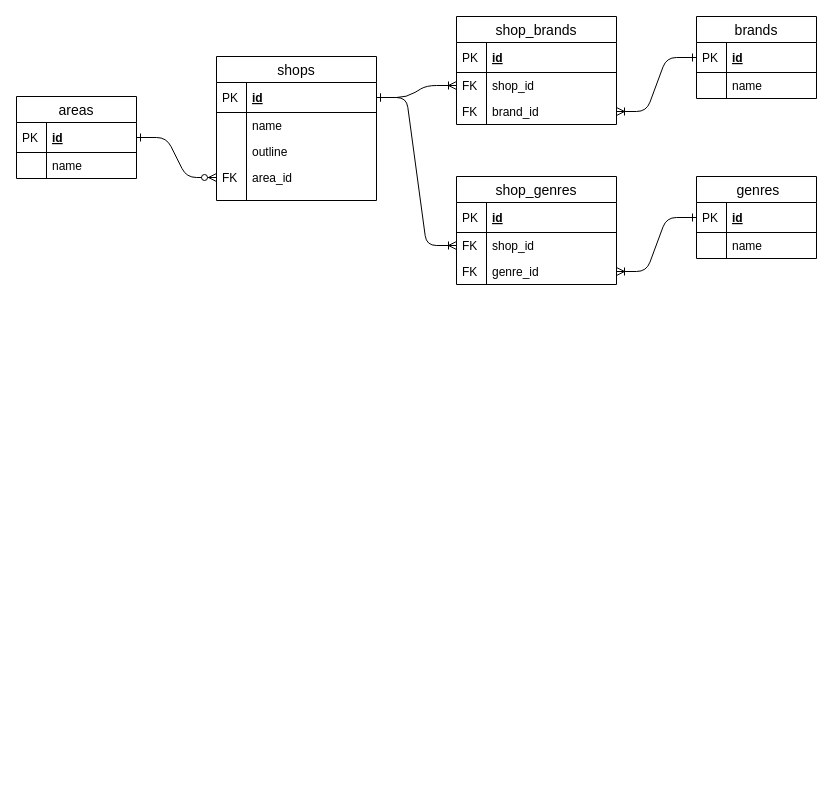
Earlier version of the draw.io diagram full-colle-ER.dio (masato-teshita/full-gi-collection). Source tidied: cells renumbered, new cells numbered last; positions are measured from the earlier drawing's top-left corner, leaving out a move shared by most shapes. Both pictures are drawn from the tidied source at 100%, with x=0, y=0 at pixel (16, 16).
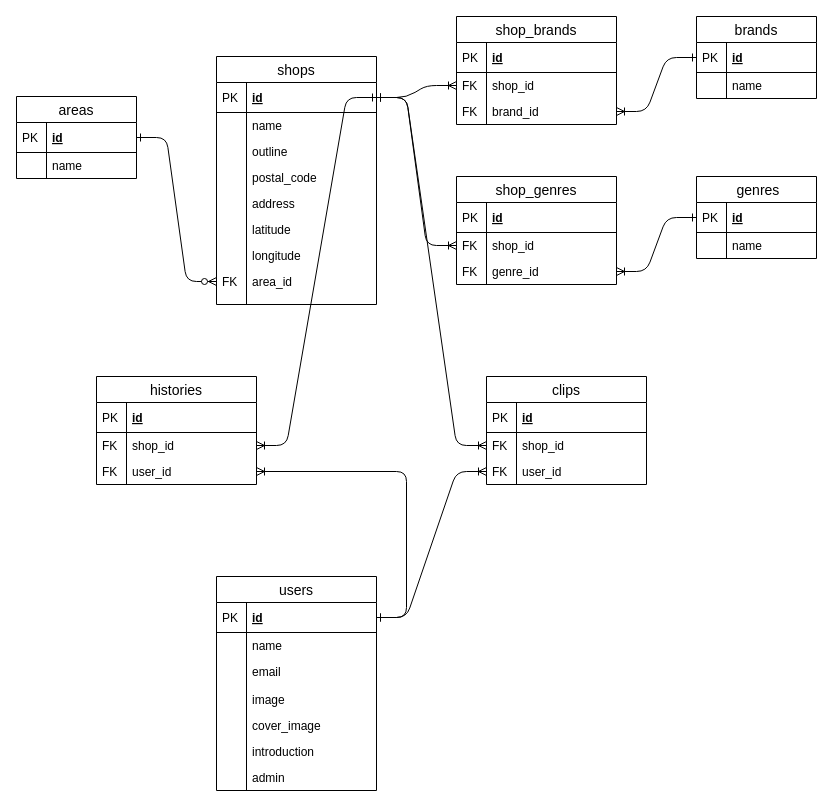
The same diagram, later.

Commit message:
feat: ER図を全テーブル記載

The change refers to these unchanged cells:
```xml
<mxCell id="13" value="id" style="shape=partialRectangle;top=0;left=0;right=0;bottom=1;align=left;verticalAlign=middle;fillColor=none;spacingLeft=34;spacingRight=4;overflow=hidden;points=[[0,0.5],[1,0.5]];portConstraint=eastwest;fontStyle=5;fontSize=12;" parent="12" vertex="1">
  <mxGeometry y="26" width="160" height="30" as="geometry" />
</mxCell>
```

Diff of the diagram source:
```diff
@@
     <mxCell id="12" value="shops" style="swimlane;fontStyle=0;horizontal=1;startSize=26;align=center;fontSize=14;" parent="1" vertex="1">
-      <mxGeometry x="200" y="40" width="160" height="144" as="geometry" />
+      <mxGeometry x="200" y="40" width="160" height="248" as="geometry" />
     </mxCell>
@@
+    <mxCell id="47" value="postal_code" style="shape=partialRectangle;top=0;left=0;right=0;bottom=0;align=left;verticalAlign=top;fillColor=none;spacingLeft=34;spacingRight=4;overflow=hidden;fontSize=12;" parent="12" vertex="1">
+      <mxGeometry y="108" width="160" height="26" as="geometry" />
+    </mxCell>
+    <mxCell id="48" style="shape=partialRectangle;top=0;left=0;bottom=0;fillColor=none;align=left;verticalAlign=top;spacingLeft=4;spacingRight=4;overflow=hidden;fontSize=12;" parent="47" vertex="1">
+      <mxGeometry width="30" height="26" as="geometry" />
+    </mxCell>
+    <mxCell id="49" value="address" style="shape=partialRectangle;top=0;left=0;right=0;bottom=0;align=left;verticalAlign=top;fillColor=none;spacingLeft=34;spacingRight=4;overflow=hidden;fontSize=12;" parent="12" vertex="1">
+      <mxGeometry y="134" width="160" height="26" as="geometry" />
+    </mxCell>
+    <mxCell id="50" style="shape=partialRectangle;top=0;left=0;bottom=0;fillColor=none;align=left;verticalAlign=top;spacingLeft=4;spacingRight=4;overflow=hidden;fontSize=12;" parent="49" vertex="1">
+      <mxGeometry width="30" height="26" as="geometry" />
+    </mxCell>
+    <mxCell id="51" value="latitude" style="shape=partialRectangle;top=0;left=0;right=0;bottom=0;align=left;verticalAlign=top;fillColor=none;spacingLeft=34;spacingRight=4;overflow=hidden;fontSize=12;" parent="12" vertex="1">
+      <mxGeometry y="160" width="160" height="26" as="geometry" />
+    </mxCell>
+    <mxCell id="52" style="shape=partialRectangle;top=0;left=0;bottom=0;fillColor=none;align=left;verticalAlign=top;spacingLeft=4;spacingRight=4;overflow=hidden;fontSize=12;" parent="51" vertex="1">
+      <mxGeometry width="30" height="26" as="geometry" />
+    </mxCell>
+    <mxCell id="53" value="longitude" style="shape=partialRectangle;top=0;left=0;right=0;bottom=0;align=left;verticalAlign=top;fillColor=none;spacingLeft=34;spacingRight=4;overflow=hidden;fontSize=12;" parent="12" vertex="1">
+      <mxGeometry y="186" width="160" height="26" as="geometry" />
+    </mxCell>
+    <mxCell id="54" style="shape=partialRectangle;top=0;left=0;bottom=0;fillColor=none;align=left;verticalAlign=top;spacingLeft=4;spacingRight=4;overflow=hidden;fontSize=12;" parent="53" vertex="1">
+      <mxGeometry width="30" height="26" as="geometry" />
+    </mxCell>
     <mxCell id="19" value="area_id" style="shape=partialRectangle;top=0;left=0;right=0;bottom=0;align=left;verticalAlign=top;fillColor=none;spacingLeft=34;spacingRight=4;overflow=hidden;points=[[0,0.5],[1,0.5]];portConstraint=eastwest;fontSize=12;" parent="12" vertex="1">
-      <mxGeometry y="108" width="160" height="26" as="geometry" />
+      <mxGeometry y="212" width="160" height="26" as="geometry" />
     </mxCell>
@@
     <mxCell id="21" style="shape=partialRectangle;top=0;left=0;right=0;bottom=0;align=left;verticalAlign=top;fillColor=none;spacingLeft=34;spacingRight=4;overflow=hidden;fontSize=12;" parent="12" vertex="1">
-      <mxGeometry y="134" width="160" height="10" as="geometry" />
+      <mxGeometry y="238" width="160" height="10" as="geometry" />
     </mxCell>
@@
+    <mxCell id="55" value="users" style="swimlane;fontStyle=0;horizontal=1;startSize=26;align=center;fontSize=14;" parent="1" vertex="1">
+      <mxGeometry x="200" y="560" width="160" height="214" as="geometry" />
+    </mxCell>
+    <mxCell id="56" value="id" style="shape=partialRectangle;top=0;left=0;right=0;bottom=1;align=left;verticalAlign=middle;fillColor=none;spacingLeft=34;spacingRight=4;overflow=hidden;points=[[0,0.5],[1,0.5]];portConstraint=eastwest;fontStyle=5;fontSize=12;" parent="55" vertex="1">
+      <mxGeometry y="26" width="160" height="30" as="geometry" />
+    </mxCell>
+    <mxCell id="57" value="PK" style="shape=partialRectangle;top=0;left=0;bottom=0;fillColor=none;align=left;verticalAlign=middle;spacingLeft=4;spacingRight=4;overflow=hidden;fontSize=12;" parent="56" vertex="1">
+      <mxGeometry width="30" height="30" as="geometry" />
+    </mxCell>
+    <mxCell id="58" value="name" style="shape=partialRectangle;top=0;left=0;right=0;bottom=0;align=left;verticalAlign=top;fillColor=none;spacingLeft=34;spacingRight=4;overflow=hidden;fontSize=12;" parent="55" vertex="1">
+      <mxGeometry y="56" width="160" height="26" as="geometry" />
+    </mxCell>
+    <mxCell id="59" style="shape=partialRectangle;top=0;left=0;bottom=0;fillColor=none;align=left;verticalAlign=top;spacingLeft=4;spacingRight=4;overflow=hidden;fontSize=12;" parent="58" vertex="1">
+      <mxGeometry width="30" height="26" as="geometry" />
+    </mxCell>
+    <mxCell id="60" value="email" style="shape=partialRectangle;top=0;left=0;right=0;bottom=0;align=left;verticalAlign=top;fillColor=none;spacingLeft=34;spacingRight=4;overflow=hidden;fontSize=12;" parent="55" vertex="1">
+      <mxGeometry y="82" width="160" height="28" as="geometry" />
+    </mxCell>
+    <mxCell id="61" style="shape=partialRectangle;top=0;left=0;bottom=0;fillColor=none;align=left;verticalAlign=top;spacingLeft=4;spacingRight=4;overflow=hidden;fontSize=12;" parent="60" vertex="1">
+      <mxGeometry width="30" height="28" as="geometry" />
+    </mxCell>
+    <mxCell id="62" value="image" style="shape=partialRectangle;top=0;left=0;right=0;bottom=0;align=left;verticalAlign=top;fillColor=none;spacingLeft=34;spacingRight=4;overflow=hidden;fontSize=12;" parent="55" vertex="1">
+      <mxGeometry y="110" width="160" height="26" as="geometry" />
+    </mxCell>
+    <mxCell id="63" style="shape=partialRectangle;top=0;left=0;bottom=0;fillColor=none;align=left;verticalAlign=top;spacingLeft=4;spacingRight=4;overflow=hidden;fontSize=12;" parent="62" vertex="1">
+      <mxGeometry width="30" height="26" as="geometry" />
+    </mxCell>
+    <mxCell id="64" value="cover_image" style="shape=partialRectangle;top=0;left=0;right=0;bottom=0;align=left;verticalAlign=top;fillColor=none;spacingLeft=34;spacingRight=4;overflow=hidden;fontSize=12;" parent="55" vertex="1">
+      <mxGeometry y="136" width="160" height="26" as="geometry" />
+    </mxCell>
+    <mxCell id="65" style="shape=partialRectangle;top=0;left=0;bottom=0;fillColor=none;align=left;verticalAlign=top;spacingLeft=4;spacingRight=4;overflow=hidden;fontSize=12;" parent="64" vertex="1">
+      <mxGeometry width="30" height="26" as="geometry" />
+    </mxCell>
+    <mxCell id="66" value="introduction" style="shape=partialRectangle;top=0;left=0;right=0;bottom=0;align=left;verticalAlign=top;fillColor=none;spacingLeft=34;spacingRight=4;overflow=hidden;fontSize=12;" parent="55" vertex="1">
+      <mxGeometry y="162" width="160" height="26" as="geometry" />
+    </mxCell>
+    <mxCell id="67" style="shape=partialRectangle;top=0;left=0;bottom=0;fillColor=none;align=left;verticalAlign=top;spacingLeft=4;spacingRight=4;overflow=hidden;fontSize=12;" parent="66" vertex="1">
+      <mxGeometry width="30" height="26" as="geometry" />
+    </mxCell>
+    <mxCell id="68" value="admin" style="shape=partialRectangle;top=0;left=0;right=0;bottom=0;align=left;verticalAlign=top;fillColor=none;spacingLeft=34;spacingRight=4;overflow=hidden;fontSize=12;" parent="55" vertex="1">
+      <mxGeometry y="188" width="160" height="26" as="geometry" />
+    </mxCell>
+    <mxCell id="69" style="shape=partialRectangle;top=0;left=0;bottom=0;fillColor=none;align=left;verticalAlign=top;spacingLeft=4;spacingRight=4;overflow=hidden;fontSize=12;" parent="68" vertex="1">
+      <mxGeometry width="30" height="26" as="geometry" />
+    </mxCell>
+    <mxCell id="70" value="histories" style="swimlane;fontStyle=0;horizontal=1;startSize=26;align=center;fontSize=14;" parent="1" vertex="1">
+      <mxGeometry x="80" y="360" width="160" height="108" as="geometry" />
+    </mxCell>
+    <mxCell id="71" value="id" style="shape=partialRectangle;top=0;left=0;right=0;bottom=1;align=left;verticalAlign=middle;fillColor=none;spacingLeft=34;spacingRight=4;overflow=hidden;fontStyle=5;fontSize=12;" parent="70" vertex="1">
+      <mxGeometry y="26" width="160" height="30" as="geometry" />
+    </mxCell>
+    <mxCell id="72" value="PK" style="shape=partialRectangle;top=0;left=0;bottom=0;fillColor=none;align=left;verticalAlign=middle;spacingLeft=4;spacingRight=4;overflow=hidden;fontSize=12;" parent="71" vertex="1">
+      <mxGeometry width="30" height="30" as="geometry" />
+    </mxCell>
+    <mxCell id="73" value="shop_id" style="shape=partialRectangle;top=0;left=0;right=0;bottom=0;align=left;verticalAlign=top;fillColor=none;spacingLeft=34;spacingRight=4;overflow=hidden;points=[[0,0.5],[1,0.5]];portConstraint=eastwest;fontSize=12;" parent="70" vertex="1">
+      <mxGeometry y="56" width="160" height="26" as="geometry" />
+    </mxCell>
+    <mxCell id="74" value="FK" style="shape=partialRectangle;top=0;left=0;bottom=0;fillColor=none;align=left;verticalAlign=top;spacingLeft=4;spacingRight=4;overflow=hidden;fontSize=12;" parent="73" vertex="1">
+      <mxGeometry width="30" height="26" as="geometry" />
+    </mxCell>
+    <mxCell id="75" value="user_id" style="shape=partialRectangle;top=0;left=0;right=0;bottom=0;align=left;verticalAlign=top;fillColor=none;spacingLeft=34;spacingRight=4;overflow=hidden;points=[[0,0.5],[1,0.5]];portConstraint=eastwest;fontSize=12;" parent="70" vertex="1">
+      <mxGeometry y="82" width="160" height="26" as="geometry" />
+    </mxCell>
+    <mxCell id="76" value="FK" style="shape=partialRectangle;top=0;left=0;bottom=0;fillColor=none;align=left;verticalAlign=top;spacingLeft=4;spacingRight=4;overflow=hidden;fontSize=12;" parent="75" vertex="1">
+      <mxGeometry width="30" height="26" as="geometry" />
+    </mxCell>
+    <mxCell id="77" style="edgeStyle=entityRelationEdgeStyle;fontSize=12;html=1;endArrow=ERoneToMany;startArrow=ERone;startFill=0;" parent="1" edge="1" source="56" target="83">
+      <mxGeometry relative="1" as="geometry" />
+    </mxCell>
+    <mxCell id="78" value="clips" style="swimlane;fontStyle=0;horizontal=1;startSize=26;align=center;fontSize=14;" parent="1" vertex="1">
+      <mxGeometry x="470" y="360" width="160" height="108" as="geometry" />
+    </mxCell>
+    <mxCell id="79" value="id" style="shape=partialRectangle;top=0;left=0;right=0;bottom=1;align=left;verticalAlign=middle;fillColor=none;spacingLeft=34;spacingRight=4;overflow=hidden;fontStyle=5;fontSize=12;" parent="78" vertex="1">
+      <mxGeometry y="26" width="160" height="30" as="geometry" />
+    </mxCell>
+    <mxCell id="80" value="PK" style="shape=partialRectangle;top=0;left=0;bottom=0;fillColor=none;align=left;verticalAlign=middle;spacingLeft=4;spacingRight=4;overflow=hidden;fontSize=12;" parent="79" vertex="1">
+      <mxGeometry width="30" height="30" as="geometry" />
+    </mxCell>
+    <mxCell id="81" value="shop_id" style="shape=partialRectangle;top=0;left=0;right=0;bottom=0;align=left;verticalAlign=top;fillColor=none;spacingLeft=34;spacingRight=4;overflow=hidden;points=[[0,0.5],[1,0.5]];portConstraint=eastwest;fontSize=12;" parent="78" vertex="1">
+      <mxGeometry y="56" width="160" height="26" as="geometry" />
+    </mxCell>
+    <mxCell id="82" value="FK" style="shape=partialRectangle;top=0;left=0;bottom=0;fillColor=none;align=left;verticalAlign=top;spacingLeft=4;spacingRight=4;overflow=hidden;fontSize=12;" parent="81" vertex="1">
+      <mxGeometry width="30" height="26" as="geometry" />
+    </mxCell>
+    <mxCell id="83" value="user_id" style="shape=partialRectangle;top=0;left=0;right=0;bottom=0;align=left;verticalAlign=top;fillColor=none;spacingLeft=34;spacingRight=4;overflow=hidden;points=[[0,0.5],[1,0.5]];portConstraint=eastwest;fontSize=12;" parent="78" vertex="1">
+      <mxGeometry y="82" width="160" height="26" as="geometry" />
+    </mxCell>
+    <mxCell id="84" value="FK" style="shape=partialRectangle;top=0;left=0;bottom=0;fillColor=none;align=left;verticalAlign=top;spacingLeft=4;spacingRight=4;overflow=hidden;fontSize=12;" parent="83" vertex="1">
+      <mxGeometry width="30" height="26" as="geometry" />
+    </mxCell>
+    <mxCell id="85" style="edgeStyle=entityRelationEdgeStyle;fontSize=12;html=1;endArrow=ERoneToMany;startArrow=ERone;startFill=0;" parent="1" edge="1" source="13" target="81">
+      <mxGeometry relative="1" as="geometry" />
+    </mxCell>
+    <mxCell id="86" style="edgeStyle=entityRelationEdgeStyle;fontSize=12;html=1;endArrow=ERoneToMany;startArrow=ERone;startFill=0;exitX=1;exitY=0.5;exitDx=0;exitDy=0;" parent="1" edge="1" source="13" target="73">
+      <mxGeometry relative="1" as="geometry" />
+    </mxCell>
+    <mxCell id="87" style="edgeStyle=entityRelationEdgeStyle;fontSize=12;html=1;endArrow=ERoneToMany;startArrow=ERone;startFill=0;" parent="1" edge="1" source="56" target="75">
+      <mxGeometry relative="1" as="geometry" />
+    </mxCell>
```
